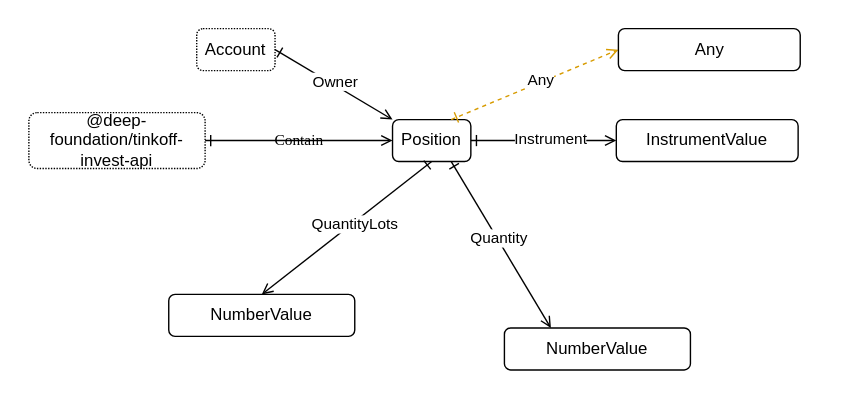
The draw.io diagram src/position/Position.drawio.svg in suenot/deep-tinkoff-invest-api, before a commit. Source tidied: cells renumbered, new cells last; positions are measured from the earlier drawing's top-left corner, leaving out a move shared by most shapes.
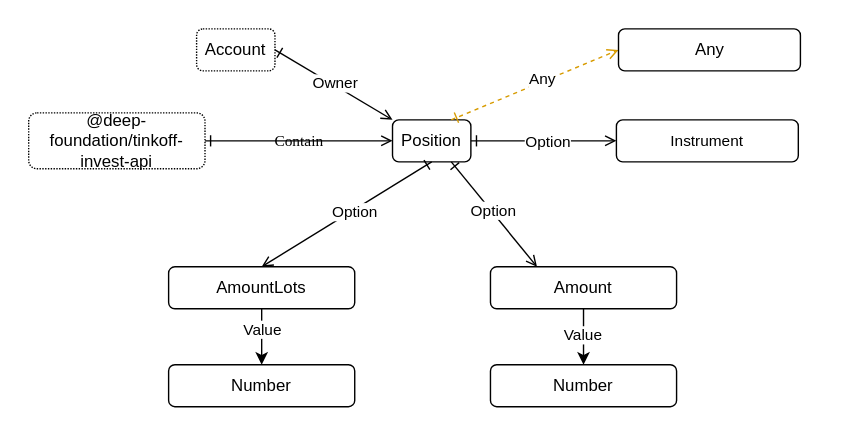
After the commit.

The edit, as a diff of the source:
```diff
@@ -3,7 +3,7 @@
     <mxCell id="0" />
     <mxCell id="1" parent="0" />
     <mxCell id="2" style="rounded=0;whiteSpace=wrap;html=1;strokeColor=none;" parent="1" vertex="1">
-      <mxGeometry width="600" height="290" as="geometry" />
+      <mxGeometry width="600" height="310" as="geometry" />
     </mxCell>
     <mxCell id="3" style="edgeStyle=none;html=1;exitX=1;exitY=0.5;exitDx=0;exitDy=0;startArrow=ERone;startFill=0;entryX=0;entryY=0;entryDx=0;entryDy=0;endArrow=open;endFill=0;" parent="1" edge="1" source="5" target="8">
       <mxGeometry relative="1" as="geometry" />
@@ -17,13 +17,13 @@
     <mxCell id="6" style="edgeStyle=none;html=1;exitX=1;exitY=0.5;exitDx=0;exitDy=0;entryX=0;entryY=0.5;entryDx=0;entryDy=0;startArrow=ERone;startFill=0;endArrow=open;endFill=0;" parent="1" edge="1" source="8" target="9">
       <mxGeometry relative="1" as="geometry" />
     </mxCell>
-    <mxCell id="7" value="Instrument" style="edgeLabel;html=1;align=center;verticalAlign=middle;" parent="6" vertex="1">
-      <mxGeometry x="0.08" y="2" relative="1" as="geometry" />
-    </mxCell>
+    <mxCell id="21" value="Option" style="edgeLabel;html=1;align=center;verticalAlign=middle;" parent="6" vertex="1">
+      <mxGeometry x="0.05" relative="1" as="geometry" />
+    </mxCell>
     <mxCell id="8" value="Position" style="rounded=1;whiteSpace=wrap;html=1;labelBackgroundColor=none;" parent="1" vertex="1">
       <mxGeometry x="280" y="85" width="56" height="30" as="geometry" />
     </mxCell>
-    <mxCell id="9" value="InstrumentValue" style="rounded=1;whiteSpace=wrap;html=1;labelBackgroundColor=none;" parent="1" vertex="1">
+    <mxCell id="9" value="&lt;span style=&quot;font-size: 11px ; background-color: rgb(255 , 255 , 255)&quot;&gt;Instrument&lt;/span&gt;" style="rounded=1;whiteSpace=wrap;html=1;labelBackgroundColor=none;" parent="1" vertex="1">
       <mxGeometry x="440" y="85" width="130" height="30" as="geometry" />
     </mxCell>
     <mxCell id="10" value="@deep-foundation/tinkoff-invest-api" style="rounded=1;whiteSpace=wrap;html=1;labelBackgroundColor=none;dashed=1;dashPattern=1 1;" parent="1" vertex="1">
@@ -32,22 +32,34 @@
     <mxCell id="11" value="Contain" style="jettySize=auto;html=1;shadow=0;labelBackgroundColor=none;startArrow=ERone;startFill=0;endArrow=open;endFill=0;fontColor=#000000;fontFamily=Comic Sans MS;entryX=0;entryY=0.5;entryDx=0;entryDy=0;exitX=1;exitY=0.5;exitDx=0;exitDy=0;" parent="1" edge="1" source="10" target="8">
       <mxGeometry relative="1" as="geometry" />
     </mxCell>
+    <mxCell id="22" style="edgeStyle=none;html=1;exitX=0.5;exitY=1;exitDx=0;exitDy=0;entryX=0.5;entryY=0;entryDx=0;entryDy=0;" parent="1" edge="1" source="12" target="27">
+      <mxGeometry relative="1" as="geometry" />
+    </mxCell>
+    <mxCell id="23" value="Value" style="edgeLabel;html=1;align=center;verticalAlign=middle;" parent="22" vertex="1">
+      <mxGeometry x="-0.08" y="-1" relative="1" as="geometry" />
+    </mxCell>
-    <mxCell id="12" value="NumberValue" style="rounded=1;whiteSpace=wrap;html=1;labelBackgroundColor=none;" parent="1" vertex="1">
-      <mxGeometry x="360" y="234" width="133" height="30" as="geometry" />
+    <mxCell id="12" value="Amount" style="rounded=1;whiteSpace=wrap;html=1;labelBackgroundColor=none;" parent="1" vertex="1">
+      <mxGeometry x="350" y="190" width="133" height="30" as="geometry" />
     </mxCell>
     <mxCell id="13" style="edgeStyle=none;html=1;exitX=0.75;exitY=1;exitDx=0;exitDy=0;startArrow=ERone;startFill=0;entryX=0.25;entryY=0;entryDx=0;entryDy=0;endArrow=open;endFill=0;" parent="1" edge="1" source="8" target="12">
       <mxGeometry relative="1" as="geometry" />
     </mxCell>
-    <mxCell id="14" value="Quantity" style="edgeLabel;html=1;align=center;verticalAlign=middle;" parent="13" vertex="1">
+    <mxCell id="14" value="Option" style="edgeLabel;html=1;align=center;verticalAlign=middle;" parent="13" vertex="1">
       <mxGeometry x="-0.07" y="1" relative="1" as="geometry" />
     </mxCell>
+    <mxCell id="24" style="edgeStyle=none;html=1;exitX=0.5;exitY=1;exitDx=0;exitDy=0;entryX=0.5;entryY=0;entryDx=0;entryDy=0;" parent="1" edge="1" source="15" target="26">
+      <mxGeometry relative="1" as="geometry" />
+    </mxCell>
+    <mxCell id="25" value="Value" style="edgeLabel;html=1;align=center;verticalAlign=middle;" parent="24" vertex="1">
+      <mxGeometry x="-0.31" relative="1" as="geometry" />
+    </mxCell>
-    <mxCell id="15" value="NumberValue" style="rounded=1;whiteSpace=wrap;html=1;labelBackgroundColor=none;" parent="1" vertex="1">
-      <mxGeometry x="120" y="210" width="133" height="30" as="geometry" />
+    <mxCell id="15" value="AmountLots" style="rounded=1;whiteSpace=wrap;html=1;labelBackgroundColor=none;" parent="1" vertex="1">
+      <mxGeometry x="120" y="190" width="133" height="30" as="geometry" />
     </mxCell>
     <mxCell id="16" style="edgeStyle=none;html=1;exitX=0.5;exitY=1;exitDx=0;exitDy=0;startArrow=ERone;startFill=0;entryX=0.5;entryY=0;entryDx=0;entryDy=0;endArrow=open;endFill=0;" parent="1" edge="1" source="8" target="15">
       <mxGeometry relative="1" as="geometry" />
     </mxCell>
-    <mxCell id="17" value="QuantityLots" style="edgeLabel;html=1;align=center;verticalAlign=middle;" parent="16" vertex="1">
+    <mxCell id="17" value="Option" style="edgeLabel;html=1;align=center;verticalAlign=middle;" parent="16" vertex="1">
       <mxGeometry x="-0.07" y="1" relative="1" as="geometry" />
     </mxCell>
     <mxCell id="18" style="edgeStyle=none;html=1;exitX=0.75;exitY=0;exitDx=0;exitDy=0;startArrow=ERone;startFill=0;endArrow=open;endFill=0;entryX=0;entryY=0.5;entryDx=0;entryDy=0;dashed=1;strokeColor=#D79B00;" parent="1" edge="1" source="8" target="20">
@@ -59,5 +71,11 @@
     <mxCell id="20" value="Any" style="rounded=1;whiteSpace=wrap;html=1;labelBackgroundColor=none;" parent="1" vertex="1">
       <mxGeometry x="441.5" y="20" width="130" height="30" as="geometry" />
     </mxCell>
+    <mxCell id="26" value="Number" style="rounded=1;whiteSpace=wrap;html=1;labelBackgroundColor=none;" parent="1" vertex="1">
+      <mxGeometry x="120" y="260" width="133" height="30" as="geometry" />
+    </mxCell>
+    <mxCell id="27" value="Number" style="rounded=1;whiteSpace=wrap;html=1;labelBackgroundColor=none;" parent="1" vertex="1">
+      <mxGeometry x="350" y="260" width="133" height="30" as="geometry" />
+    </mxCell>
   </root>
 </mxGraphModel>
```
